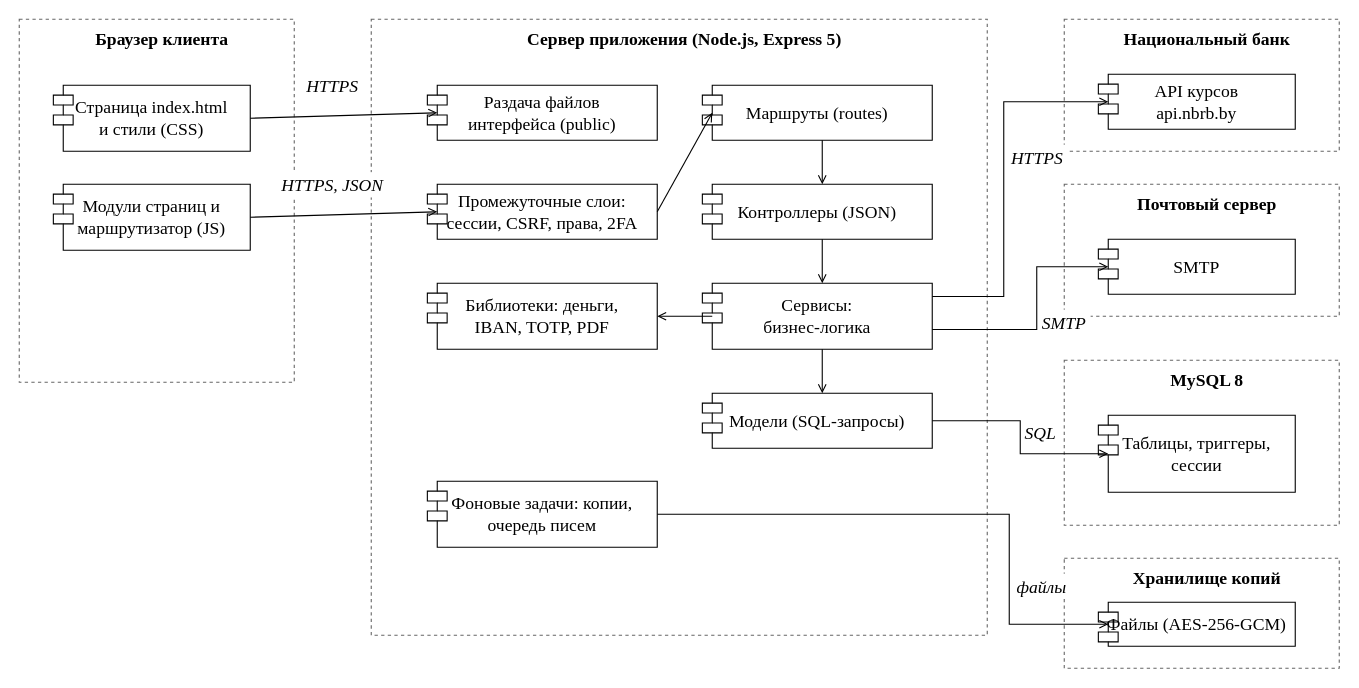
The draw.io diagram page "Диаграмма компонентов" (5 of 6) of docs/diagrams/views.drawio in vladmeshkov/js-course-work, before the edit. Source tidied: cells renumbered, new cells numbered last; positions are measured from the earlier drawing's top-left corner, leaving out a move shared by most shapes. Both pictures are drawn from the tidied source at 110%, with x=0, y=0 at pixel (19, 19).
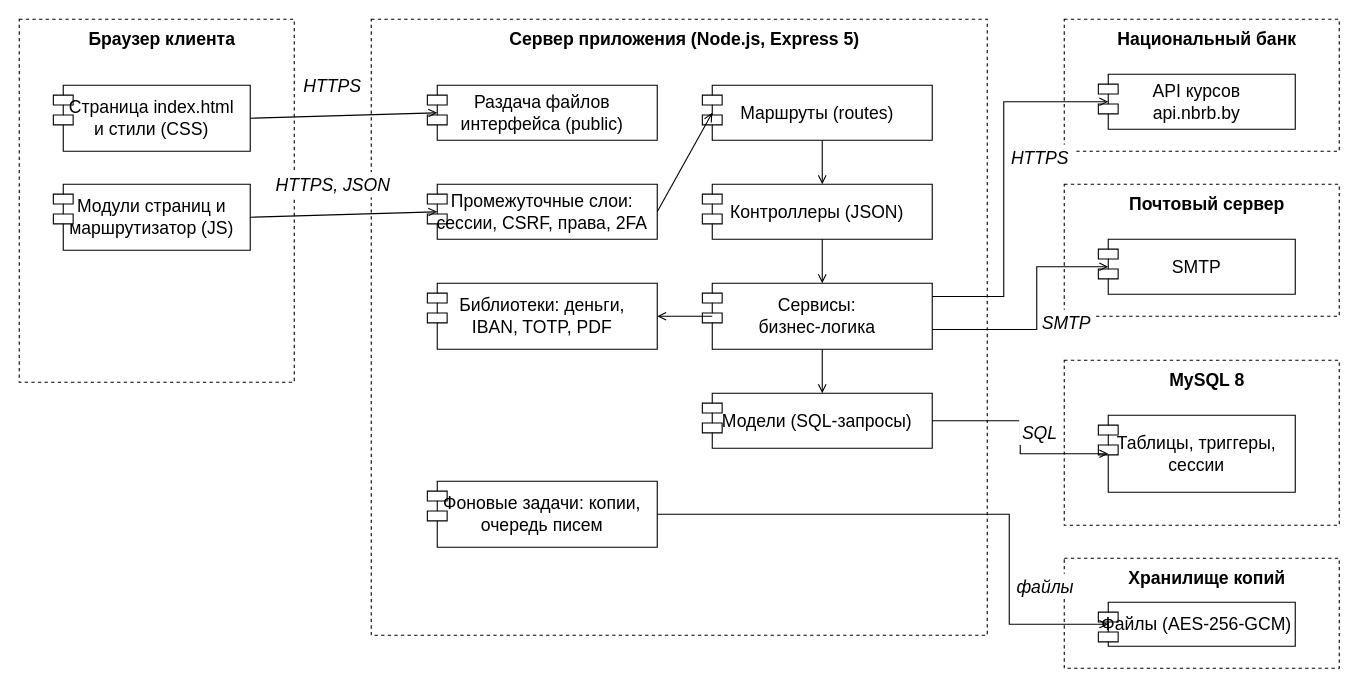
The same page after the edit.

What changed in the source:
```diff
@@
-    <mxCell id="2" value="&lt;b&gt;Браузер клиента&lt;/b&gt;" style="html=1;whiteSpace=wrap;fontFamily=Times New Roman;fontSize=16;rounded=0;fillColor=none;strokeColor=#666;dashed=1;verticalAlign=top;align=center;spacingLeft=10;spacingTop=2;" parent="1" vertex="1">
+    <mxCell id="2" value="&lt;b&gt;Браузер клиента&lt;/b&gt;" style="html=1;whiteSpace=wrap;fontFamily=Arial;fontSize=16;rounded=0;fillColor=none;strokeColor=#000;dashed=1;verticalAlign=top;align=center;spacingLeft=10;spacingTop=2;" parent="1" vertex="1">
       <mxGeometry width="250" height="330" as="geometry" />
     </mxCell>
-    <mxCell id="3" value="&lt;b&gt;Сервер приложения (Node.js, Express 5)&lt;/b&gt;" style="html=1;whiteSpace=wrap;fontFamily=Times New Roman;fontSize=16;rounded=0;fillColor=none;strokeColor=#666;dashed=1;verticalAlign=top;align=center;spacingLeft=10;spacingTop=2;" parent="1" vertex="1">
+    <mxCell id="3" value="&lt;b&gt;Сервер приложения (Node.js, Express 5)&lt;/b&gt;" style="html=1;whiteSpace=wrap;fontFamily=Arial;fontSize=16;rounded=0;fillColor=none;strokeColor=#000;dashed=1;verticalAlign=top;align=center;spacingLeft=10;spacingTop=2;" parent="1" vertex="1">
       <mxGeometry x="320" width="560" height="560" as="geometry" />
     </mxCell>
-    <mxCell id="4" value="&lt;b&gt;MySQL 8&lt;/b&gt;" style="html=1;whiteSpace=wrap;fontFamily=Times New Roman;fontSize=16;rounded=0;fillColor=none;strokeColor=#666;dashed=1;verticalAlign=top;align=center;spacingLeft=10;spacingTop=2;" parent="1" vertex="1">
+    <mxCell id="4" value="&lt;b&gt;MySQL 8&lt;/b&gt;" style="html=1;whiteSpace=wrap;fontFamily=Arial;fontSize=16;rounded=0;fillColor=none;strokeColor=#000;dashed=1;verticalAlign=top;align=center;spacingLeft=10;spacingTop=2;" parent="1" vertex="1">
       <mxGeometry x="950" y="310" width="250" height="150" as="geometry" />
     </mxCell>
-    <mxCell id="5" value="&lt;b&gt;Национальный банк&lt;/b&gt;" style="html=1;whiteSpace=wrap;fontFamily=Times New Roman;fontSize=16;rounded=0;fillColor=none;strokeColor=#666;dashed=1;verticalAlign=top;align=center;spacingLeft=10;spacingTop=2;" parent="1" vertex="1">
+    <mxCell id="5" value="&lt;b&gt;Национальный банк&lt;/b&gt;" style="html=1;whiteSpace=wrap;fontFamily=Arial;fontSize=16;rounded=0;fillColor=none;strokeColor=#000;dashed=1;verticalAlign=top;align=center;spacingLeft=10;spacingTop=2;" parent="1" vertex="1">
       <mxGeometry x="950" width="250" height="120" as="geometry" />
     </mxCell>
-    <mxCell id="6" value="&lt;b&gt;Почтовый сервер&lt;/b&gt;" style="html=1;whiteSpace=wrap;fontFamily=Times New Roman;fontSize=16;rounded=0;fillColor=none;strokeColor=#666;dashed=1;verticalAlign=top;align=center;spacingLeft=10;spacingTop=2;" parent="1" vertex="1">
+    <mxCell id="6" value="&lt;b&gt;Почтовый сервер&lt;/b&gt;" style="html=1;whiteSpace=wrap;fontFamily=Arial;fontSize=16;rounded=0;fillColor=none;strokeColor=#000;dashed=1;verticalAlign=top;align=center;spacingLeft=10;spacingTop=2;" parent="1" vertex="1">
       <mxGeometry x="950" y="150" width="250" height="120" as="geometry" />
     </mxCell>
-    <mxCell id="7" value="&lt;b&gt;Хранилище копий&lt;/b&gt;" style="html=1;whiteSpace=wrap;fontFamily=Times New Roman;fontSize=16;rounded=0;fillColor=none;strokeColor=#666;dashed=1;verticalAlign=top;align=center;spacingLeft=10;spacingTop=2;" parent="1" vertex="1">
+    <mxCell id="7" value="&lt;b&gt;Хранилище копий&lt;/b&gt;" style="html=1;whiteSpace=wrap;fontFamily=Arial;fontSize=16;rounded=0;fillColor=none;strokeColor=#000;dashed=1;verticalAlign=top;align=center;spacingLeft=10;spacingTop=2;" parent="1" vertex="1">
       <mxGeometry x="950" y="490" width="250" height="100" as="geometry" />
     </mxCell>
-    <mxCell id="8" value="Страница index.html&lt;br&gt;и стили (CSS)" style="html=1;whiteSpace=wrap;fontFamily=Times New Roman;fontSize=16;shape=module;align=center;fillColor=#fff;strokeColor=#000;jettyWidth=18;jettyHeight=9;" parent="1" vertex="1">
+    <mxCell id="8" value="Страница index.html&lt;br&gt;и стили (CSS)" style="html=1;whiteSpace=wrap;fontFamily=Arial;fontSize=16;shape=module;align=center;fillColor=#fff;strokeColor=#000;jettyWidth=18;jettyHeight=9;" parent="1" vertex="1">
       <mxGeometry x="31" y="60" width="179" height="60" as="geometry" />
     </mxCell>
-    <mxCell id="9" value="Модули страниц и&lt;br&gt;маршрутизатор (JS)" style="html=1;whiteSpace=wrap;fontFamily=Times New Roman;fontSize=16;shape=module;align=center;fillColor=#fff;strokeColor=#000;jettyWidth=18;jettyHeight=9;" parent="1" vertex="1">
+    <mxCell id="9" value="Модули страниц и&lt;br&gt;маршрутизатор (JS)" style="html=1;whiteSpace=wrap;fontFamily=Arial;fontSize=16;shape=module;align=center;fillColor=#fff;strokeColor=#000;jettyWidth=18;jettyHeight=9;" parent="1" vertex="1">
       <mxGeometry x="31" y="150" width="179" height="60" as="geometry" />
     </mxCell>
-    <mxCell id="10" value="Промежуточные слои:&lt;br&gt;сессии, CSRF, права, 2FA" style="html=1;whiteSpace=wrap;fontFamily=Times New Roman;fontSize=16;shape=module;align=center;fillColor=#fff;strokeColor=#000;jettyWidth=18;jettyHeight=9;" parent="1" vertex="1">
+    <mxCell id="10" value="Промежуточные слои:&lt;br&gt;сессии, CSRF, права, 2FA" style="html=1;whiteSpace=wrap;fontFamily=Arial;fontSize=16;shape=module;align=center;fillColor=#fff;strokeColor=#000;jettyWidth=18;jettyHeight=9;" parent="1" vertex="1">
       <mxGeometry x="371" y="150" width="209" height="50" as="geometry" />
     </mxCell>
-    <mxCell id="11" value="Маршруты (routes)" style="html=1;whiteSpace=wrap;fontFamily=Times New Roman;fontSize=16;shape=module;align=center;fillColor=#fff;strokeColor=#000;jettyWidth=18;jettyHeight=9;" parent="1" vertex="1">
+    <mxCell id="11" value="Маршруты (routes)" style="html=1;whiteSpace=wrap;fontFamily=Arial;fontSize=16;shape=module;align=center;fillColor=#fff;strokeColor=#000;jettyWidth=18;jettyHeight=9;" parent="1" vertex="1">
       <mxGeometry x="621" y="60" width="209" height="50" as="geometry" />
     </mxCell>
-    <mxCell id="12" value="Контроллеры (JSON)" style="html=1;whiteSpace=wrap;fontFamily=Times New Roman;fontSize=16;shape=module;align=center;fillColor=#fff;strokeColor=#000;jettyWidth=18;jettyHeight=9;" parent="1" vertex="1">
+    <mxCell id="12" value="Контроллеры (JSON)" style="html=1;whiteSpace=wrap;fontFamily=Arial;fontSize=16;shape=module;align=center;fillColor=#fff;strokeColor=#000;jettyWidth=18;jettyHeight=9;" parent="1" vertex="1">
       <mxGeometry x="621" y="150" width="209" height="50" as="geometry" />
     </mxCell>
-    <mxCell id="13" value="Раздача файлов&lt;br&gt;интерфейса (public)" style="html=1;whiteSpace=wrap;fontFamily=Times New Roman;fontSize=16;shape=module;align=center;fillColor=#fff;strokeColor=#000;jettyWidth=18;jettyHeight=9;" parent="1" vertex="1">
+    <mxCell id="13" value="Раздача файлов&lt;br&gt;интерфейса (public)" style="html=1;whiteSpace=wrap;fontFamily=Arial;fontSize=16;shape=module;align=center;fillColor=#fff;strokeColor=#000;jettyWidth=18;jettyHeight=9;" parent="1" vertex="1">
       <mxGeometry x="371" y="60" width="209" height="50" as="geometry" />
     </mxCell>
-    <mxCell id="14" value="Сервисы:&lt;br&gt;бизнес-логика" style="html=1;whiteSpace=wrap;fontFamily=Times New Roman;fontSize=16;shape=module;align=center;fillColor=#fff;strokeColor=#000;jettyWidth=18;jettyHeight=9;" parent="1" vertex="1">
+    <mxCell id="14" value="Сервисы:&lt;br&gt;бизнес-логика" style="html=1;whiteSpace=wrap;fontFamily=Arial;fontSize=16;shape=module;align=center;fillColor=#fff;strokeColor=#000;jettyWidth=18;jettyHeight=9;" parent="1" vertex="1">
       <mxGeometry x="621" y="240" width="209" height="60" as="geometry" />
     </mxCell>
-    <mxCell id="15" value="Библиотеки: деньги,&lt;br&gt;IBAN, TOTP, PDF" style="html=1;whiteSpace=wrap;fontFamily=Times New Roman;fontSize=16;shape=module;align=center;fillColor=#fff;strokeColor=#000;jettyWidth=18;jettyHeight=9;" parent="1" vertex="1">
+    <mxCell id="15" value="Библиотеки: деньги,&lt;br&gt;IBAN, TOTP, PDF" style="html=1;whiteSpace=wrap;fontFamily=Arial;fontSize=16;shape=module;align=center;fillColor=#fff;strokeColor=#000;jettyWidth=18;jettyHeight=9;" parent="1" vertex="1">
       <mxGeometry x="371" y="240" width="209" height="60" as="geometry" />
     </mxCell>
-    <mxCell id="16" value="Модели (SQL-запросы)" style="html=1;whiteSpace=wrap;fontFamily=Times New Roman;fontSize=16;shape=module;align=center;fillColor=#fff;strokeColor=#000;jettyWidth=18;jettyHeight=9;" parent="1" vertex="1">
+    <mxCell id="16" value="Модели (SQL-запросы)" style="html=1;whiteSpace=wrap;fontFamily=Arial;fontSize=16;shape=module;align=center;fillColor=#fff;strokeColor=#000;jettyWidth=18;jettyHeight=9;" parent="1" vertex="1">
       <mxGeometry x="621" y="340" width="209" height="50" as="geometry" />
     </mxCell>
-    <mxCell id="17" value="Фоновые задачи: копии,&lt;br&gt;очередь писем" style="html=1;whiteSpace=wrap;fontFamily=Times New Roman;fontSize=16;shape=module;align=center;fillColor=#fff;strokeColor=#000;jettyWidth=18;jettyHeight=9;" parent="1" vertex="1">
+    <mxCell id="17" value="Фоновые задачи: копии,&lt;br&gt;очередь писем" style="html=1;whiteSpace=wrap;fontFamily=Arial;fontSize=16;shape=module;align=center;fillColor=#fff;strokeColor=#000;jettyWidth=18;jettyHeight=9;" parent="1" vertex="1">
       <mxGeometry x="371" y="420" width="209" height="60" as="geometry" />
     </mxCell>
-    <mxCell id="18" value="Таблицы, триггеры,&lt;br&gt;сессии" style="html=1;whiteSpace=wrap;fontFamily=Times New Roman;fontSize=16;shape=module;align=center;fillColor=#fff;strokeColor=#000;jettyWidth=18;jettyHeight=9;" parent="1" vertex="1">
+    <mxCell id="18" value="Таблицы, триггеры,&lt;br&gt;сессии" style="html=1;whiteSpace=wrap;fontFamily=Arial;fontSize=16;shape=module;align=center;fillColor=#fff;strokeColor=#000;jettyWidth=18;jettyHeight=9;" parent="1" vertex="1">
       <mxGeometry x="981" y="360" width="179" height="70" as="geometry" />
     </mxCell>
-    <mxCell id="19" value="API курсов&lt;br&gt;api.nbrb.by" style="html=1;whiteSpace=wrap;fontFamily=Times New Roman;fontSize=16;shape=module;align=center;fillColor=#fff;strokeColor=#000;jettyWidth=18;jettyHeight=9;" parent="1" vertex="1">
+    <mxCell id="19" value="API курсов&lt;br&gt;api.nbrb.by" style="html=1;whiteSpace=wrap;fontFamily=Arial;fontSize=16;shape=module;align=center;fillColor=#fff;strokeColor=#000;jettyWidth=18;jettyHeight=9;" parent="1" vertex="1">
       <mxGeometry x="981" y="50" width="179" height="50" as="geometry" />
     </mxCell>
-    <mxCell id="20" value="SMTP" style="html=1;whiteSpace=wrap;fontFamily=Times New Roman;fontSize=16;shape=module;align=center;fillColor=#fff;strokeColor=#000;jettyWidth=18;jettyHeight=9;" parent="1" vertex="1">
+    <mxCell id="20" value="SMTP" style="html=1;whiteSpace=wrap;fontFamily=Arial;fontSize=16;shape=module;align=center;fillColor=#fff;strokeColor=#000;jettyWidth=18;jettyHeight=9;" parent="1" vertex="1">
       <mxGeometry x="981" y="200" width="179" height="50" as="geometry" />
     </mxCell>
-    <mxCell id="21" value="Файлы (AES-256-GCM)" style="html=1;whiteSpace=wrap;fontFamily=Times New Roman;fontSize=16;shape=module;align=center;fillColor=#fff;strokeColor=#000;jettyWidth=18;jettyHeight=9;" parent="1" vertex="1">
+    <mxCell id="21" value="Файлы (AES-256-GCM)" style="html=1;whiteSpace=wrap;fontFamily=Arial;fontSize=16;shape=module;align=center;fillColor=#fff;strokeColor=#000;jettyWidth=18;jettyHeight=9;" parent="1" vertex="1">
       <mxGeometry x="981" y="530" width="179" height="40" as="geometry" />
     </mxCell>
@@
-    <mxCell id="23" value="HTTPS" style="html=1;whiteSpace=wrap;fontFamily=Times New Roman;fontSize=16;text;fillColor=#FFFFFF;strokeColor=none;spacing=0;align=center;verticalAlign=middle;fontStyle=2;" parent="1" vertex="1">
-      <mxGeometry x="259" y="49" width="52" height="23" as="geometry" />
+    <mxCell id="23" value="HTTPS" style="html=1;whiteSpace=wrap;fontFamily=Arial;fontSize=16;text;fillColor=#FFFFFF;strokeColor=none;spacing=0;align=center;verticalAlign=middle;fontStyle=2;" parent="1" vertex="1">
+      <mxGeometry x="257" y="49" width="56" height="23" as="geometry" />
     </mxCell>
@@
-    <mxCell id="25" value="HTTPS, JSON" style="html=1;whiteSpace=wrap;fontFamily=Times New Roman;fontSize=16;text;fillColor=#FFFFFF;strokeColor=none;spacing=0;align=center;verticalAlign=middle;fontStyle=2;" parent="1" vertex="1">
-      <mxGeometry x="234" y="139" width="102" height="23" as="geometry" />
+    <mxCell id="25" value="HTTPS, JSON" style="html=1;whiteSpace=wrap;fontFamily=Arial;fontSize=16;text;fillColor=#FFFFFF;strokeColor=none;spacing=0;align=center;verticalAlign=middle;fontStyle=2;" parent="1" vertex="1">
+      <mxGeometry x="230" y="139" width="111" height="23" as="geometry" />
     </mxCell>
@@
-    <mxCell id="32" value="SQL" style="html=1;whiteSpace=wrap;fontFamily=Times New Roman;fontSize=16;text;fillColor=#FFFFFF;strokeColor=none;spacing=0;align=center;verticalAlign=middle;fontStyle=2;" parent="1" vertex="1">
-      <mxGeometry x="911" y="364" width="35" height="23" as="geometry" />
+    <mxCell id="32" value="SQL" style="html=1;whiteSpace=wrap;fontFamily=Arial;fontSize=16;text;fillColor=#FFFFFF;strokeColor=none;spacing=0;align=center;verticalAlign=middle;fontStyle=2;" parent="1" vertex="1">
+      <mxGeometry x="909" y="364" width="38" height="23" as="geometry" />
     </mxCell>
@@
-    <mxCell id="34" value="HTTPS" style="html=1;whiteSpace=wrap;fontFamily=Times New Roman;fontSize=16;text;fillColor=#FFFFFF;strokeColor=none;spacing=0;align=left;verticalAlign=middle;fontStyle=2;" parent="1" vertex="1">
-      <mxGeometry x="902" y="114" width="52" height="23" as="geometry" />
+    <mxCell id="34" value="HTTPS" style="html=1;whiteSpace=wrap;fontFamily=Arial;fontSize=16;text;fillColor=#FFFFFF;strokeColor=none;spacing=0;align=left;verticalAlign=middle;fontStyle=2;" parent="1" vertex="1">
+      <mxGeometry x="902" y="114" width="56" height="23" as="geometry" />
     </mxCell>
@@
-    <mxCell id="36" value="SMTP" style="html=1;whiteSpace=wrap;fontFamily=Times New Roman;fontSize=16;text;fillColor=#FFFFFF;strokeColor=none;spacing=0;align=left;verticalAlign=middle;fontStyle=2;" parent="1" vertex="1">
-      <mxGeometry x="930" y="264" width="44" height="23" as="geometry" />
+    <mxCell id="36" value="SMTP" style="html=1;whiteSpace=wrap;fontFamily=Arial;fontSize=16;text;fillColor=#FFFFFF;strokeColor=none;spacing=0;align=left;verticalAlign=middle;fontStyle=2;" parent="1" vertex="1">
+      <mxGeometry x="930" y="264" width="47" height="23" as="geometry" />
     </mxCell>
@@
-    <mxCell id="38" value="файлы" style="html=1;whiteSpace=wrap;fontFamily=Times New Roman;fontSize=16;text;fillColor=#FFFFFF;strokeColor=none;spacing=0;align=left;verticalAlign=middle;fontStyle=2;" parent="1" vertex="1">
-      <mxGeometry x="907" y="504" width="52" height="23" as="geometry" />
+    <mxCell id="38" value="файлы" style="html=1;whiteSpace=wrap;fontFamily=Arial;fontSize=16;text;fillColor=#FFFFFF;strokeColor=none;spacing=0;align=left;verticalAlign=middle;fontStyle=2;" parent="1" vertex="1">
+      <mxGeometry x="907" y="504" width="56" height="23" as="geometry" />
     </mxCell>
```
